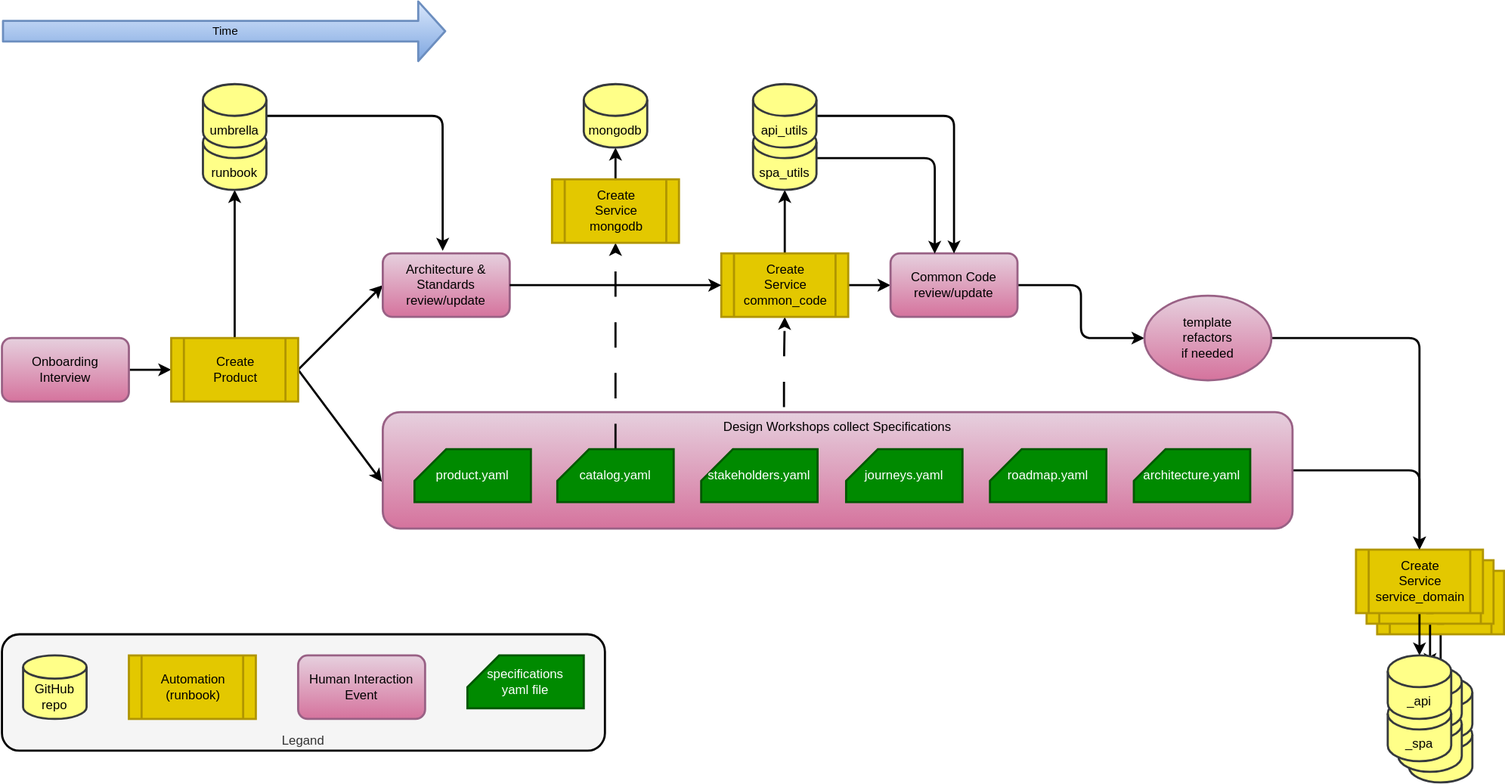
This is specifications/journey.svg from agile-learning-institute/stage0, a draw.io export, as it was before one commit. Source tidied: cells renumbered, new cells last; positions are measured from the earlier drawing's top-left corner, leaving out a move shared by most shapes. Source of this version:
```xml
<mxGraphModel background="#ffffff">
  <root>
    <mxCell id="0" />
    <mxCell id="1" parent="0" />
    <mxCell id="2" value="Legand" style="rounded=1;whiteSpace=wrap;html=1;verticalAlign=bottom;fillColor=#f5f5f5;strokeColor=#000000;fontColor=#333333;strokeWidth=2;" parent="1" vertex="1">
      <mxGeometry y="570" width="570" height="110" as="geometry" />
    </mxCell>
    <mxCell id="3" style="edgeStyle=orthogonalEdgeStyle;html=1;exitX=0.5;exitY=1;exitDx=0;exitDy=0;entryX=0.5;entryY=0;entryDx=0;entryDy=0;entryPerimeter=0;fillColor=#f5f5f5;strokeColor=#000000;strokeWidth=2;" parent="1" edge="1" source="4" target="40">
      <mxGeometry relative="1" as="geometry" />
    </mxCell>
    <mxCell id="4" value="Create&lt;br&gt;Service&lt;br&gt;service_domain" style="shape=process;whiteSpace=wrap;html=1;backgroundOutline=1;fillColor=#e3c800;strokeColor=#B09500;fontColor=#000000;strokeWidth=2;" parent="1" vertex="1">
      <mxGeometry x="1300" y="510" width="120" height="60" as="geometry" />
    </mxCell>
    <mxCell id="5" style="edgeStyle=orthogonalEdgeStyle;html=1;exitX=0.5;exitY=1;exitDx=0;exitDy=0;entryX=0.5;entryY=0;entryDx=0;entryDy=0;entryPerimeter=0;fillColor=#f5f5f5;strokeColor=#000000;strokeWidth=2;" parent="1" edge="1" source="6" target="43">
      <mxGeometry relative="1" as="geometry" />
    </mxCell>
    <mxCell id="6" value="Create&lt;br&gt;Service&lt;br&gt;service_domain" style="shape=process;whiteSpace=wrap;html=1;backgroundOutline=1;fillColor=#e3c800;strokeColor=#B09500;fontColor=#000000;strokeWidth=2;" parent="1" vertex="1">
      <mxGeometry x="1290" y="500" width="120" height="60" as="geometry" />
    </mxCell>
    <mxCell id="7" style="edgeStyle=orthogonalEdgeStyle;html=1;exitX=1;exitY=0.5;exitDx=0;exitDy=0;entryX=0;entryY=0.5;entryDx=0;entryDy=0;fillColor=#f5f5f5;strokeColor=#000000;strokeWidth=2;" parent="1" edge="1" source="8" target="12">
      <mxGeometry relative="1" as="geometry" />
    </mxCell>
    <mxCell id="8" value="Onboarding&lt;br&gt;Interview" style="rounded=1;whiteSpace=wrap;html=1;fillColor=#e6d0de;strokeColor=#996185;strokeWidth=2;gradientColor=#d5739d;fontColor=#000000;" parent="1" vertex="1">
      <mxGeometry y="290" width="120" height="60" as="geometry" />
    </mxCell>
    <mxCell id="9" style="edgeStyle=none;html=1;exitX=1;exitY=0.5;exitDx=0;exitDy=0;entryX=0;entryY=0.5;entryDx=0;entryDy=0;fillColor=#f5f5f5;strokeColor=#000000;strokeWidth=2;" parent="1" edge="1" source="12" target="13">
      <mxGeometry relative="1" as="geometry" />
    </mxCell>
    <mxCell id="10" style="edgeStyle=none;html=1;exitX=1;exitY=0.5;exitDx=0;exitDy=0;entryX=-0.001;entryY=0.599;entryDx=0;entryDy=0;entryPerimeter=0;fillColor=#f5f5f5;strokeColor=#000000;strokeWidth=2;" parent="1" edge="1" source="12" target="15">
      <mxGeometry relative="1" as="geometry" />
    </mxCell>
    <mxCell id="11" style="edgeStyle=none;html=1;exitX=0.5;exitY=0;exitDx=0;exitDy=0;fillColor=#f5f5f5;strokeColor=#000000;strokeWidth=2;" parent="1" edge="1" source="12" target="32">
      <mxGeometry relative="1" as="geometry" />
    </mxCell>
    <mxCell id="12" value="Create&lt;br&gt;Product" style="shape=process;whiteSpace=wrap;html=1;backgroundOutline=1;fillColor=#e3c800;strokeColor=#B09500;fontColor=#000000;strokeWidth=2;" parent="1" vertex="1">
      <mxGeometry x="160" y="290" width="120" height="60" as="geometry" />
    </mxCell>
    <mxCell id="13" value="Architecture &amp;amp;&lt;br&gt;Standards&lt;br&gt;review/update" style="rounded=1;whiteSpace=wrap;html=1;fillColor=#e6d0de;strokeColor=#996185;strokeWidth=2;gradientColor=#d5739d;fontColor=#000000;" parent="1" vertex="1">
      <mxGeometry x="360" y="210" width="120" height="60" as="geometry" />
    </mxCell>
    <mxCell id="14" style="edgeStyle=orthogonalEdgeStyle;html=1;exitX=1;exitY=0.5;exitDx=0;exitDy=0;entryX=0.5;entryY=0;entryDx=0;entryDy=0;fillColor=#f5f5f5;strokeColor=#000000;strokeWidth=2;" parent="1" edge="1" source="15" target="31">
      <mxGeometry relative="1" as="geometry" />
    </mxCell>
    <mxCell id="15" value="Design Workshops collect Specifications" style="rounded=1;whiteSpace=wrap;html=1;verticalAlign=top;fillColor=#e6d0de;strokeColor=#996185;strokeWidth=2;gradientColor=#d5739d;fontColor=#000000;" parent="1" vertex="1">
      <mxGeometry x="360" y="360" width="860" height="110" as="geometry" />
    </mxCell>
    <mxCell id="16" style="edgeStyle=orthogonalEdgeStyle;html=1;exitX=0.5;exitY=0;exitDx=0;exitDy=0;exitPerimeter=0;entryX=0.5;entryY=1;entryDx=0;entryDy=0;fontColor=none;dashed=1;dashPattern=12 12;fillColor=#f5f5f5;strokeColor=#000000;strokeWidth=2;" parent="1" edge="1" source="17" target="24">
      <mxGeometry relative="1" as="geometry" />
    </mxCell>
    <mxCell id="17" value="catalog.yaml" style="shape=card;whiteSpace=wrap;html=1;fillColor=#008a00;strokeColor=#005700;strokeWidth=2;fontColor=#ffffff;" parent="1" vertex="1">
      <mxGeometry x="525" y="395" width="110" height="50" as="geometry" />
    </mxCell>
    <mxCell id="18" style="edgeStyle=none;html=1;entryX=0.5;entryY=1;entryDx=0;entryDy=0;entryPerimeter=0;fillColor=#f5f5f5;strokeColor=#000000;strokeWidth=2;" parent="1" edge="1" source="21" target="36">
      <mxGeometry relative="1" as="geometry" />
    </mxCell>
    <mxCell id="19" style="edgeStyle=orthogonalEdgeStyle;html=1;exitX=1;exitY=0.5;exitDx=0;exitDy=0;entryX=0;entryY=0.5;entryDx=0;entryDy=0;fillColor=#f5f5f5;strokeColor=#000000;strokeWidth=2;" parent="1" edge="1" source="21" target="26">
      <mxGeometry relative="1" as="geometry" />
    </mxCell>
    <mxCell id="20" style="edgeStyle=orthogonalEdgeStyle;html=1;exitX=0.441;exitY=-0.043;exitDx=0;exitDy=0;entryX=0.5;entryY=1;entryDx=0;entryDy=0;dashed=1;dashPattern=12 12;fontColor=none;exitPerimeter=0;fillColor=#f5f5f5;strokeColor=#000000;strokeWidth=2;" parent="1" edge="1" source="15" target="21">
      <mxGeometry relative="1" as="geometry" />
    </mxCell>
    <mxCell id="21" value="Create&lt;br&gt;Service&lt;br&gt;common_code" style="shape=process;whiteSpace=wrap;html=1;backgroundOutline=1;fillColor=#e3c800;strokeColor=#B09500;fontColor=#000000;strokeWidth=2;" parent="1" vertex="1">
      <mxGeometry x="680" y="210" width="120" height="60" as="geometry" />
    </mxCell>
    <mxCell id="22" style="edgeStyle=orthogonalEdgeStyle;html=1;exitX=0.5;exitY=0;exitDx=0;exitDy=0;entryX=0.5;entryY=1;entryDx=0;entryDy=0;entryPerimeter=0;fillColor=#f5f5f5;strokeColor=#000000;strokeWidth=2;" parent="1" edge="1" source="24" target="39">
      <mxGeometry relative="1" as="geometry" />
    </mxCell>
    <mxCell id="23" style="edgeStyle=orthogonalEdgeStyle;html=1;exitX=1;exitY=0.5;exitDx=0;exitDy=0;entryX=0;entryY=0.5;entryDx=0;entryDy=0;fontColor=none;fillColor=#f5f5f5;strokeColor=#000000;strokeWidth=2;" parent="1" edge="1" source="13" target="21">
      <mxGeometry relative="1" as="geometry" />
    </mxCell>
    <mxCell id="24" value="Create&lt;br&gt;Service&lt;br&gt;mongodb" style="shape=process;whiteSpace=wrap;html=1;backgroundOutline=1;fillColor=#e3c800;strokeColor=#B09500;fontColor=#000000;strokeWidth=2;" parent="1" vertex="1">
      <mxGeometry x="520" y="140" width="120" height="60" as="geometry" />
    </mxCell>
    <mxCell id="25" style="edgeStyle=orthogonalEdgeStyle;html=1;exitX=1;exitY=0.5;exitDx=0;exitDy=0;entryX=0;entryY=0.5;entryDx=0;entryDy=0;fillColor=#f5f5f5;strokeColor=#000000;strokeWidth=2;" parent="1" edge="1" source="26" target="47">
      <mxGeometry relative="1" as="geometry" />
    </mxCell>
    <mxCell id="26" value="Common Code&lt;br&gt;review/update" style="rounded=1;whiteSpace=wrap;html=1;fillColor=#e6d0de;strokeColor=#996185;strokeWidth=2;gradientColor=#d5739d;fontColor=#000000;" parent="1" vertex="1">
      <mxGeometry x="840" y="210" width="120" height="60" as="geometry" />
    </mxCell>
    <mxCell id="27" value="product.yaml" style="shape=card;whiteSpace=wrap;html=1;fillColor=#008a00;strokeColor=#005700;strokeWidth=2;fontColor=#ffffff;" parent="1" vertex="1">
      <mxGeometry x="390" y="395" width="110" height="50" as="geometry" />
    </mxCell>
    <mxCell id="28" value="architecture.yaml" style="shape=card;whiteSpace=wrap;html=1;fillColor=#008a00;strokeColor=#005700;strokeWidth=2;fontColor=#ffffff;" parent="1" vertex="1">
      <mxGeometry x="1070" y="395" width="110" height="50" as="geometry" />
    </mxCell>
    <mxCell id="29" value="journeys.yaml" style="shape=card;whiteSpace=wrap;html=1;fillColor=#008a00;strokeColor=#005700;strokeWidth=2;fontColor=#ffffff;" parent="1" vertex="1">
      <mxGeometry x="798" y="395" width="110" height="50" as="geometry" />
    </mxCell>
    <mxCell id="30" style="edgeStyle=orthogonalEdgeStyle;html=1;exitX=0.5;exitY=1;exitDx=0;exitDy=0;entryX=0.5;entryY=0;entryDx=0;entryDy=0;entryPerimeter=0;fillColor=#f5f5f5;strokeColor=#000000;strokeWidth=2;" parent="1" edge="1" source="31" target="45">
      <mxGeometry relative="1" as="geometry" />
    </mxCell>
    <mxCell id="31" value="Create&lt;br&gt;Service&lt;br&gt;service_domain" style="shape=process;whiteSpace=wrap;html=1;backgroundOutline=1;fillColor=#e3c800;strokeColor=#B09500;fontColor=#000000;strokeWidth=2;" parent="1" vertex="1">
      <mxGeometry x="1280" y="490" width="120" height="60" as="geometry" />
    </mxCell>
    <mxCell id="32" value="runbook" style="shape=cylinder3;whiteSpace=wrap;html=1;boundedLbl=1;backgroundOutline=1;size=15;fillColor=#ffff88;strokeColor=#36393d;strokeWidth=2;fontColor=#000000;" parent="1" vertex="1">
      <mxGeometry x="190" y="90" width="60" height="60" as="geometry" />
    </mxCell>
    <mxCell id="33" style="edgeStyle=orthogonalEdgeStyle;html=1;exitX=1;exitY=0.5;exitDx=0;exitDy=0;exitPerimeter=0;entryX=0.472;entryY=-0.042;entryDx=0;entryDy=0;entryPerimeter=0;fillColor=#f5f5f5;strokeColor=#000000;strokeWidth=2;" parent="1" edge="1" source="34" target="13">
      <mxGeometry relative="1" as="geometry" />
    </mxCell>
    <mxCell id="34" value="umbrella" style="shape=cylinder3;whiteSpace=wrap;html=1;boundedLbl=1;backgroundOutline=1;size=15;fillColor=#ffff88;strokeColor=#36393d;strokeWidth=2;fontColor=#000000;" parent="1" vertex="1">
      <mxGeometry x="190" y="50" width="60" height="60" as="geometry" />
    </mxCell>
    <mxCell id="35" style="edgeStyle=orthogonalEdgeStyle;html=1;exitX=1;exitY=0.5;exitDx=0;exitDy=0;exitPerimeter=0;entryX=0.348;entryY=0.005;entryDx=0;entryDy=0;entryPerimeter=0;fillColor=#f5f5f5;strokeColor=#000000;strokeWidth=2;" parent="1" edge="1" source="36" target="26">
      <mxGeometry relative="1" as="geometry" />
    </mxCell>
    <mxCell id="36" value="spa_utils" style="shape=cylinder3;whiteSpace=wrap;html=1;boundedLbl=1;backgroundOutline=1;size=15;fillColor=#ffff88;strokeColor=#36393d;strokeWidth=2;fontColor=#000000;" parent="1" vertex="1">
      <mxGeometry x="710" y="90" width="60" height="60" as="geometry" />
    </mxCell>
    <mxCell id="37" style="edgeStyle=orthogonalEdgeStyle;html=1;exitX=1;exitY=0.5;exitDx=0;exitDy=0;exitPerimeter=0;entryX=0.5;entryY=0;entryDx=0;entryDy=0;fillColor=#f5f5f5;strokeColor=#000000;strokeWidth=2;" parent="1" edge="1" source="38" target="26">
      <mxGeometry relative="1" as="geometry" />
    </mxCell>
    <mxCell id="38" value="api_utils" style="shape=cylinder3;whiteSpace=wrap;html=1;boundedLbl=1;backgroundOutline=1;size=15;fillColor=#ffff88;strokeColor=#36393d;strokeWidth=2;fontColor=#000000;" parent="1" vertex="1">
      <mxGeometry x="710" y="50" width="60" height="60" as="geometry" />
    </mxCell>
    <mxCell id="39" value="mongodb" style="shape=cylinder3;whiteSpace=wrap;html=1;boundedLbl=1;backgroundOutline=1;size=15;fillColor=#ffff88;strokeColor=#36393d;strokeWidth=2;fontColor=#000000;" parent="1" vertex="1">
      <mxGeometry x="550" y="50" width="60" height="60" as="geometry" />
    </mxCell>
    <mxCell id="40" style="shape=cylinder3;whiteSpace=wrap;html=1;boundedLbl=1;backgroundOutline=1;size=15;fillColor=#ffff88;strokeColor=#36393d;strokeWidth=2;fontColor=#000000;" parent="1" vertex="1">
      <mxGeometry x="1330" y="650" width="60" height="60" as="geometry" />
    </mxCell>
    <mxCell id="41" style="shape=cylinder3;whiteSpace=wrap;html=1;boundedLbl=1;backgroundOutline=1;size=15;fillColor=#ffff88;strokeColor=#36393d;strokeWidth=2;fontColor=#000000;" parent="1" vertex="1">
      <mxGeometry x="1330" y="610" width="60" height="60" as="geometry" />
    </mxCell>
    <mxCell id="42" style="shape=cylinder3;whiteSpace=wrap;html=1;boundedLbl=1;backgroundOutline=1;size=15;fillColor=#ffff88;strokeColor=#36393d;strokeWidth=2;fontColor=#000000;" parent="1" vertex="1">
      <mxGeometry x="1320" y="640" width="60" height="60" as="geometry" />
    </mxCell>
    <mxCell id="43" style="shape=cylinder3;whiteSpace=wrap;html=1;boundedLbl=1;backgroundOutline=1;size=15;fillColor=#ffff88;strokeColor=#36393d;strokeWidth=2;fontColor=#000000;" parent="1" vertex="1">
      <mxGeometry x="1320" y="600" width="60" height="60" as="geometry" />
    </mxCell>
    <mxCell id="44" value="_spa" style="shape=cylinder3;whiteSpace=wrap;html=1;boundedLbl=1;backgroundOutline=1;size=15;fillColor=#ffff88;strokeColor=#36393d;strokeWidth=2;fontColor=#000000;" parent="1" vertex="1">
      <mxGeometry x="1310" y="630" width="60" height="60" as="geometry" />
    </mxCell>
    <mxCell id="45" value="_api" style="shape=cylinder3;whiteSpace=wrap;html=1;boundedLbl=1;backgroundOutline=1;size=15;fillColor=#ffff88;strokeColor=#36393d;strokeWidth=2;fontColor=#000000;" parent="1" vertex="1">
      <mxGeometry x="1310" y="590" width="60" height="60" as="geometry" />
    </mxCell>
    <mxCell id="46" style="edgeStyle=orthogonalEdgeStyle;html=1;exitX=1;exitY=0.5;exitDx=0;exitDy=0;entryX=0.5;entryY=0;entryDx=0;entryDy=0;fillColor=#f5f5f5;strokeColor=#000000;strokeWidth=2;" parent="1" edge="1" source="47" target="31">
      <mxGeometry relative="1" as="geometry" />
    </mxCell>
    <mxCell id="47" value="template&lt;br&gt;refactors&lt;br&gt;if needed" style="ellipse;whiteSpace=wrap;html=1;fillColor=#e6d0de;strokeColor=#996185;strokeWidth=2;gradientColor=#d5739d;fontColor=#000000;" parent="1" vertex="1">
      <mxGeometry x="1080" y="250" width="120" height="80" as="geometry" />
    </mxCell>
    <mxCell id="48" value="stakeholders.yaml" style="shape=card;whiteSpace=wrap;html=1;fillColor=#008a00;strokeColor=#005700;strokeWidth=2;fontColor=#ffffff;" parent="1" vertex="1">
      <mxGeometry x="661" y="395" width="110" height="50" as="geometry" />
    </mxCell>
    <mxCell id="49" value="roadmap.yaml" style="shape=card;whiteSpace=wrap;html=1;fillColor=#008a00;strokeColor=#005700;strokeWidth=2;fontColor=#ffffff;" parent="1" vertex="1">
      <mxGeometry x="934" y="395" width="110" height="50" as="geometry" />
    </mxCell>
    <mxCell id="50" value="GitHub&lt;br&gt;repo" style="shape=cylinder3;whiteSpace=wrap;html=1;boundedLbl=1;backgroundOutline=1;size=10.955121911090401;fillColor=#ffff88;strokeColor=#36393d;strokeWidth=2;fontColor=#000000;" parent="1" vertex="1">
      <mxGeometry x="20" y="590" width="60" height="60" as="geometry" />
    </mxCell>
    <mxCell id="51" value="Time" style="shape=flexArrow;endArrow=classic;html=1;endWidth=34.81481481481481;endSize=7.829629629629629;width=18.51851851851852;fillColor=#dae8fc;strokeColor=#6c8ebf;strokeWidth=2;gradientColor=#7ea6e0;fontColor=#000000;labelBackgroundColor=none;" parent="1" edge="1">
      <mxGeometry relative="1" as="geometry">
        <mxPoint as="sourcePoint" />
        <mxPoint x="420" as="targetPoint" />
      </mxGeometry>
    </mxCell>
    <mxCell id="52" value="Automation&lt;br&gt;(runbook)" style="shape=process;whiteSpace=wrap;html=1;backgroundOutline=1;fillColor=#e3c800;strokeColor=#B09500;fontColor=#000000;strokeWidth=2;" parent="1" vertex="1">
      <mxGeometry x="120" y="590" width="120" height="60" as="geometry" />
    </mxCell>
    <mxCell id="53" value="Human Interaction Event" style="rounded=1;whiteSpace=wrap;html=1;fillColor=#e6d0de;strokeColor=#996185;strokeWidth=2;gradientColor=#d5739d;fontColor=#000000;" parent="1" vertex="1">
      <mxGeometry x="280" y="590" width="120" height="60" as="geometry" />
    </mxCell>
    <mxCell id="54" value="specifications&lt;br&gt;yaml file" style="shape=card;whiteSpace=wrap;html=1;fillColor=#008a00;strokeColor=#005700;strokeWidth=2;fontColor=#ffffff;" parent="1" vertex="1">
      <mxGeometry x="440" y="590" width="110" height="50" as="geometry" />
    </mxCell>
  </root>
</mxGraphModel>
```
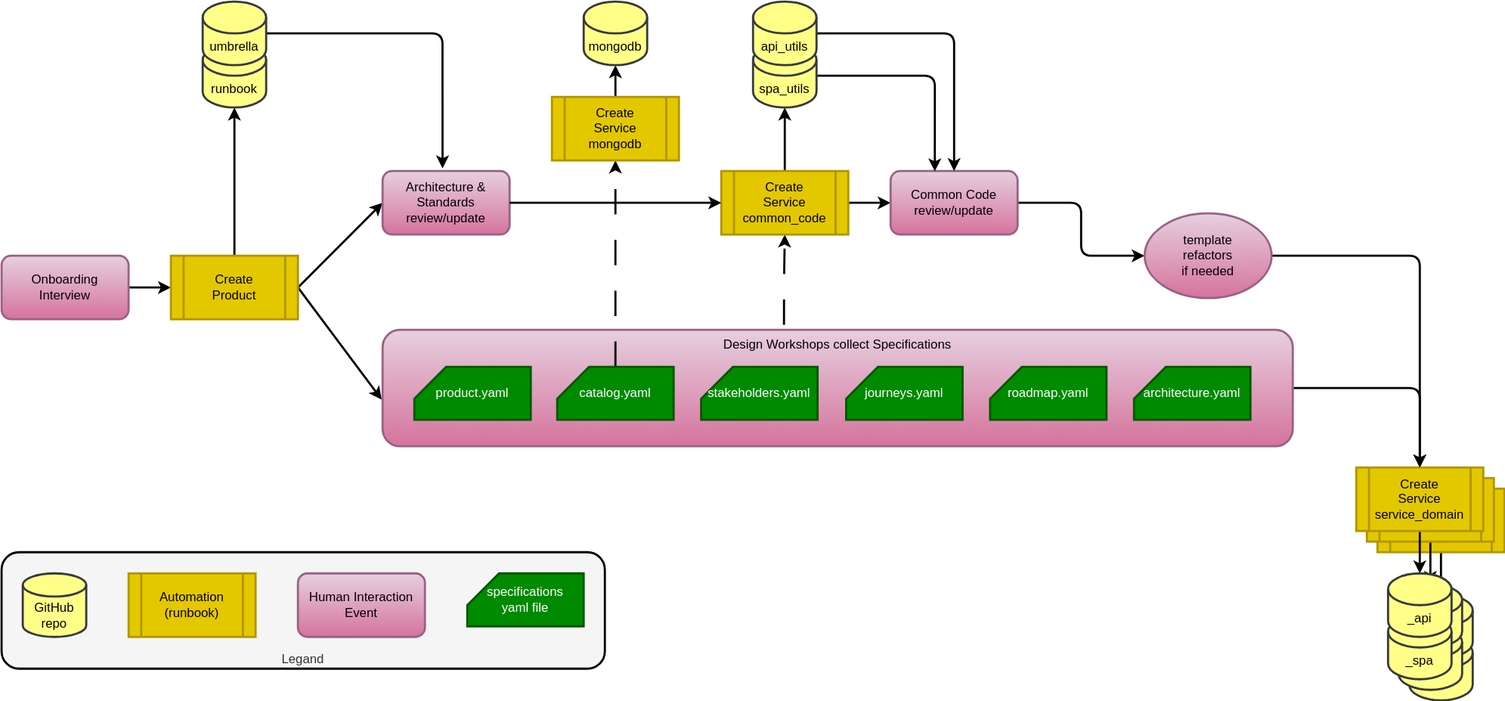
After the commit.

Commit message:
launch journey updates

Change to the diagram source:
```diff
@@ -1,4 +1,4 @@
-<mxGraphModel background="#ffffff">
+<mxGraphModel>
   <root>
     <mxCell id="0" />
     <mxCell id="1" parent="0" />
@@ -149,12 +149,6 @@
     <mxCell id="50" value="GitHub&lt;br&gt;repo" style="shape=cylinder3;whiteSpace=wrap;html=1;boundedLbl=1;backgroundOutline=1;size=10.955121911090401;fillColor=#ffff88;strokeColor=#36393d;strokeWidth=2;fontColor=#000000;" parent="1" vertex="1">
       <mxGeometry x="20" y="590" width="60" height="60" as="geometry" />
     </mxCell>
-    <mxCell id="51" value="Time" style="shape=flexArrow;endArrow=classic;html=1;endWidth=34.81481481481481;endSize=7.829629629629629;width=18.51851851851852;fillColor=#dae8fc;strokeColor=#6c8ebf;strokeWidth=2;gradientColor=#7ea6e0;fontColor=#000000;labelBackgroundColor=none;" parent="1" edge="1">
-      <mxGeometry relative="1" as="geometry">
-        <mxPoint as="sourcePoint" />
-        <mxPoint x="420" as="targetPoint" />
-      </mxGeometry>
-    </mxCell>
     <mxCell id="52" value="Automation&lt;br&gt;(runbook)" style="shape=process;whiteSpace=wrap;html=1;backgroundOutline=1;fillColor=#e3c800;strokeColor=#B09500;fontColor=#000000;strokeWidth=2;" parent="1" vertex="1">
       <mxGeometry x="120" y="590" width="120" height="60" as="geometry" />
     </mxCell>
```
